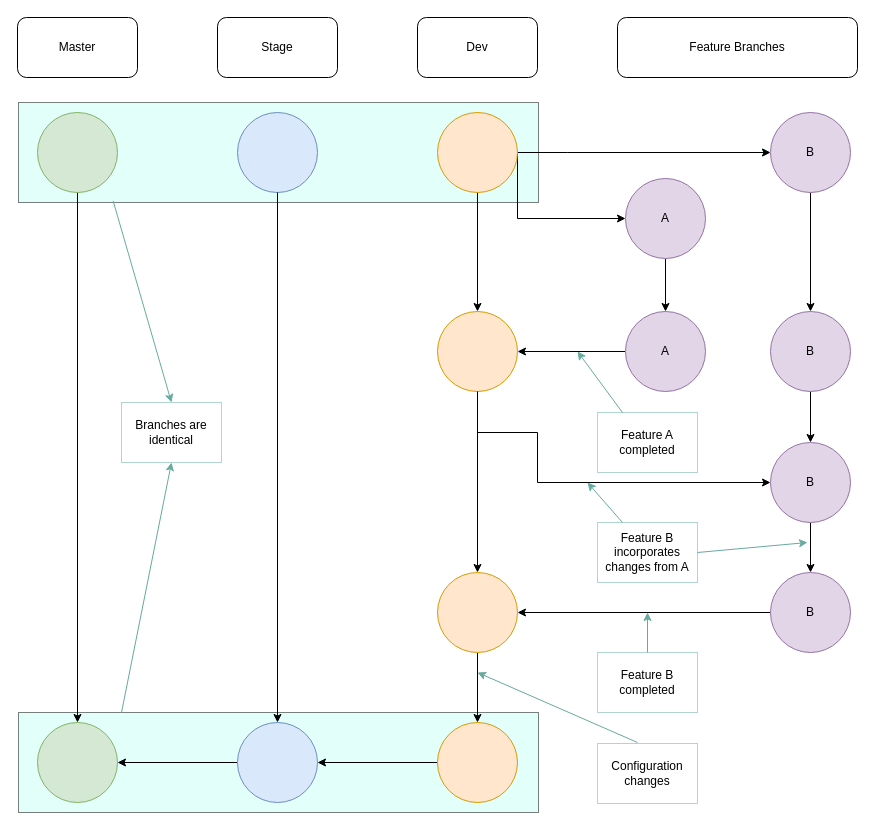
npa02012/blog_posts keeps this draw.io diagram as git_workflow/readme_figures/git_workflow.drawio. Above is the earlier version. Source tidied: cells renumbered, new cells numbered last; positions are measured from the earlier drawing's top-left corner, leaving out a move shared by most shapes. Both pictures are drawn from the tidied source at 100%, with x=0, y=0 at pixel (17, 17).
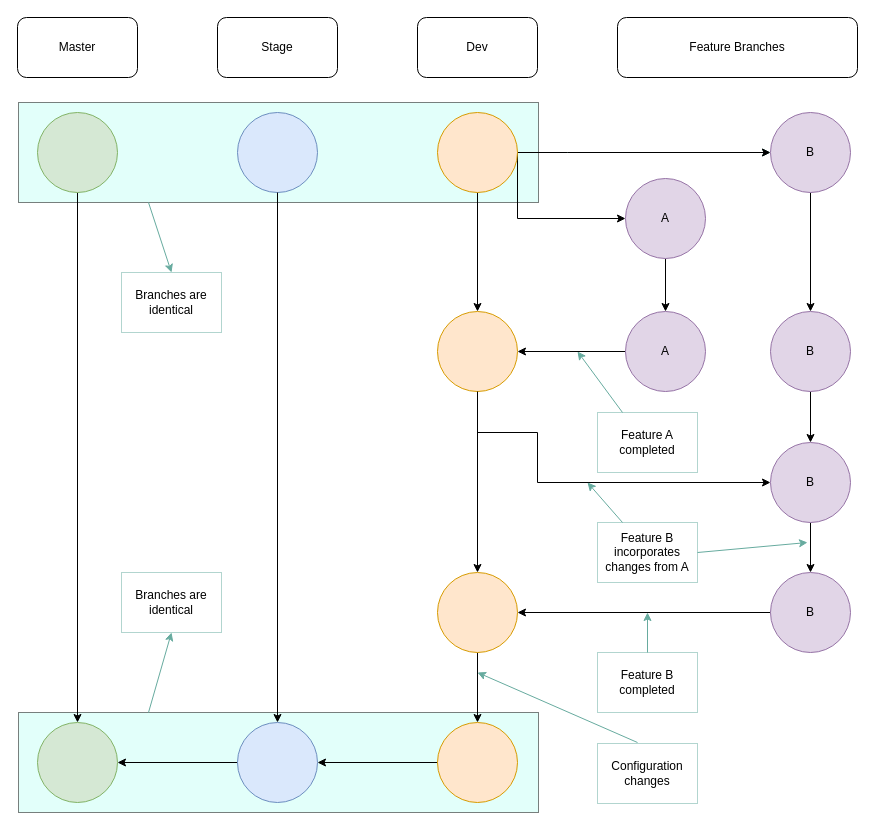
Above is the later version.

Unchanged cells that the change refers to:
```xml
<mxCell id="2" style="rounded=0;whiteSpace=wrap;html=1;fillColor=#C5FFF5;opacity=50;" parent="1" vertex="1">
  <mxGeometry x="1" y="695" width="520" height="100" as="geometry" />
</mxCell>
<mxCell id="4" style="rounded=0;whiteSpace=wrap;html=1;fillColor=#C5FFF5;opacity=50;" parent="1" vertex="1">
  <mxGeometry x="1" y="85" width="520" height="100" as="geometry" />
</mxCell>
```

The edit, as a diff of the source:
```diff
@@
     <mxCell id="38" value="Branches are identical" style="rounded=0;whiteSpace=wrap;html=1;opacity=50;strokeColor=#67AB9F;" parent="1" vertex="1">
-      <mxGeometry x="104" y="385" width="100" height="60" as="geometry" />
+      <mxGeometry x="104" y="255" width="100" height="60" as="geometry" />
     </mxCell>
-    <mxCell id="39" style="endArrow=classic;html=1;exitX=0.182;exitY=0.984;exitDx=0;exitDy=0;exitPerimeter=0;entryX=0.5;entryY=0;entryDx=0;entryDy=0;strokeColor=#67AB9F;" parent="1" edge="1" source="4" target="38">
+    <mxCell id="39" style="endArrow=classic;html=1;exitX=0.25;exitY=1;exitDx=0;exitDy=0;entryX=0.5;entryY=0;entryDx=0;entryDy=0;strokeColor=#67AB9F;" parent="1" edge="1" source="4" target="38">
       <mxGeometry relative="1" as="geometry" />
     </mxCell>
-    <mxCell id="40" style="endArrow=classic;html=1;entryX=0.5;entryY=1;entryDx=0;entryDy=0;strokeColor=#67AB9F;" parent="1" edge="1" target="38">
-      <mxGeometry relative="1" as="geometry">
-        <mxPoint x="104" y="695" as="sourcePoint" />
-      </mxGeometry>
+    <mxCell id="40" style="endArrow=classic;html=1;entryX=0.5;entryY=1;entryDx=0;entryDy=0;strokeColor=#67AB9F;exitX=0.25;exitY=0;exitDx=0;exitDy=0;" parent="1" edge="1" source="2" target="51">
+      <mxGeometry relative="1" as="geometry" />
     </mxCell>
@@
+    <mxCell id="51" value="Branches are identical" style="rounded=0;whiteSpace=wrap;html=1;opacity=50;strokeColor=#67AB9F;" parent="1" vertex="1">
+      <mxGeometry x="104" y="555" width="100" height="60" as="geometry" />
+    </mxCell>
```
